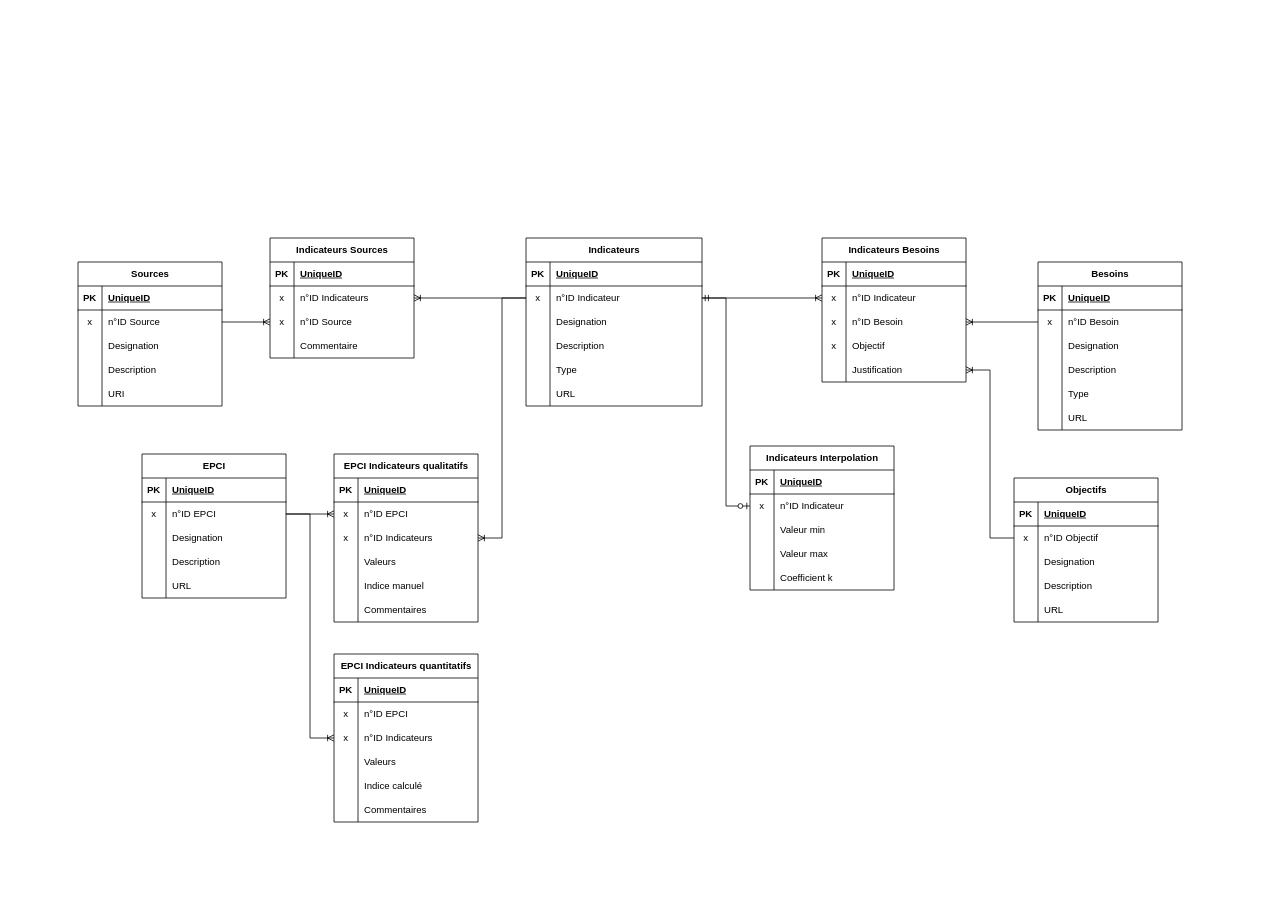
Konsilion/konsilion-drive keeps this draw.io diagram as MCD Diag360.drawio. Above is the earlier version. Source tidied: cells renumbered, new cells numbered last; positions are measured from the earlier drawing's top-left corner, leaving out a move shared by most shapes. Both pictures are drawn from the tidied source at 80%, with x=0, y=0 at pixel (78, 238). Pictures stored in the file or linked from it are replaced by grey dashed boxes.
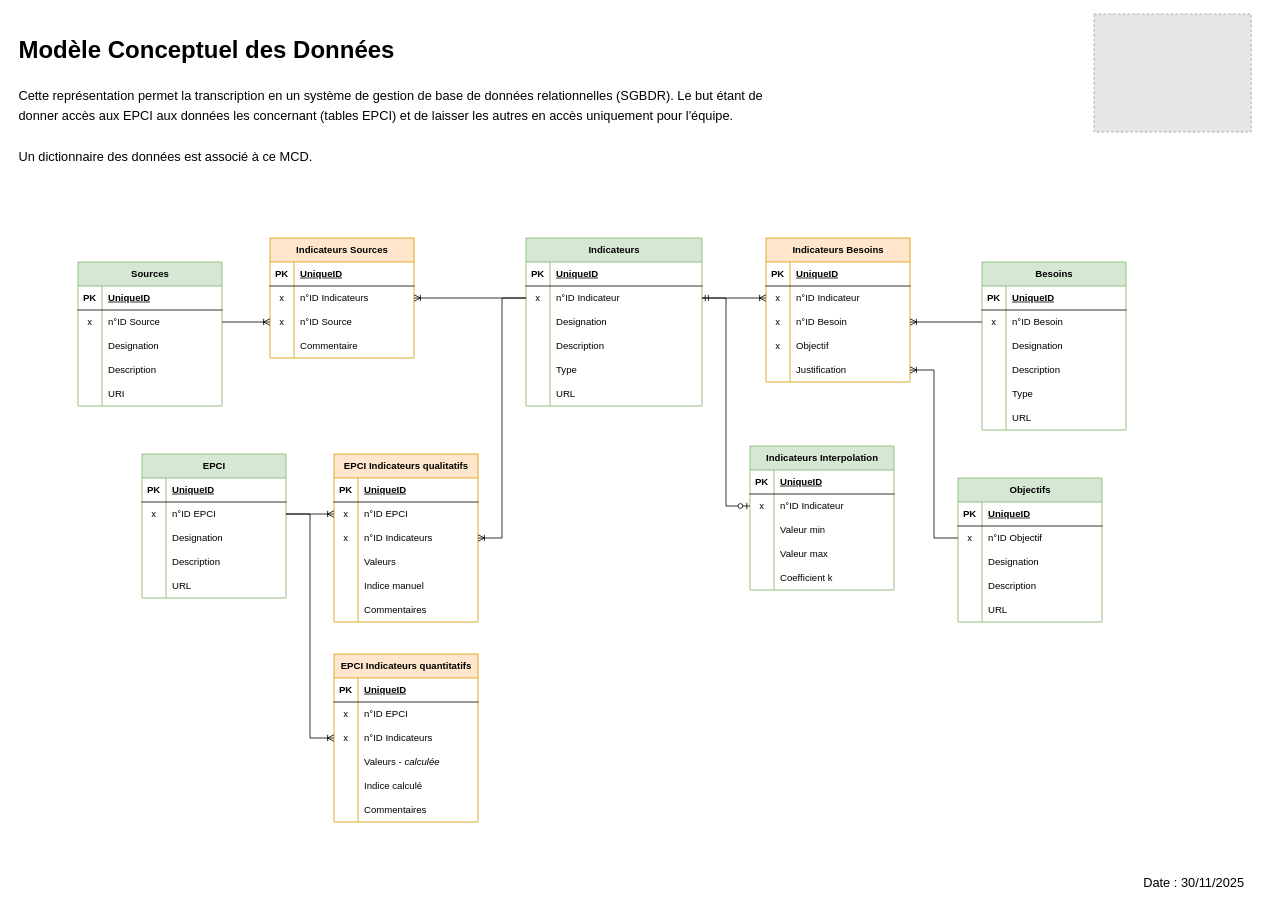
After the change.

Commit message (it also covers changes not shown here):
Mettre à jour MCD Diag360.drawio

Unchanged cells that the change refers to:
```xml
<mxCell id="170" style="shape=tableRow;horizontal=0;startSize=0;swimlaneHead=0;swimlaneBody=0;fillColor=none;top=0;left=0;right=0;bottom=0;" parent="160" vertex="1">
  <mxGeometry y="120" width="180" height="30" as="geometry" />
</mxCell>
```

Change to the diagram source:
```diff
@@
-    <mxCell id="2" value="Indicateurs" style="shape=table;startSize=30;childLayout=tableLayout;rowLines=0;fontStyle=1;align=center;html=1;" parent="1" vertex="1">
+    <mxCell id="2" value="Indicateurs" style="shape=table;startSize=30;childLayout=tableLayout;rowLines=0;fontStyle=1;align=center;html=1;fillColor=#d5e8d4;strokeColor=#82b366;swimlaneFillColor=default;" parent="1" vertex="1">
       <mxGeometry x="560" width="220" height="210" as="geometry" />
     </mxCell>
@@
-    <mxCell id="21" value="Besoins" style="shape=table;startSize=30;childLayout=tableLayout;rowLines=0;fontStyle=1;align=center;html=1;" parent="1" vertex="1">
-      <mxGeometry x="1200" y="30" width="180" height="210" as="geometry" />
+    <mxCell id="21" value="Besoins" style="shape=table;startSize=30;childLayout=tableLayout;rowLines=0;fontStyle=1;align=center;html=1;fillColor=#d5e8d4;strokeColor=#82b366;swimlaneFillColor=default;" parent="1" vertex="1">
+      <mxGeometry x="1130" y="30" width="180" height="210" as="geometry" />
     </mxCell>
@@
-    <mxCell id="40" value="Indicateurs Besoins" style="shape=table;startSize=30;childLayout=tableLayout;rowLines=0;fontStyle=1;align=center;html=1;" parent="1" vertex="1">
-      <mxGeometry x="930" width="180" height="180" as="geometry" />
+    <mxCell id="40" value="Indicateurs Besoins" style="shape=table;startSize=30;childLayout=tableLayout;rowLines=0;fontStyle=1;align=center;html=1;fillColor=#ffe6cc;strokeColor=#d79b00;swimlaneFillColor=default;" parent="1" vertex="1">
+      <mxGeometry x="860" width="180" height="180" as="geometry" />
     </mxCell>
@@
-    <mxCell id="56" value="Indicateurs Sources" style="shape=table;startSize=30;childLayout=tableLayout;rowLines=0;fontStyle=1;align=center;html=1;" parent="1" vertex="1">
+    <mxCell id="56" value="Indicateurs Sources" style="shape=table;startSize=30;childLayout=tableLayout;rowLines=0;fontStyle=1;align=center;html=1;fillColor=#ffe6cc;strokeColor=#d79b00;swimlaneFillColor=default;" parent="1" vertex="1">
       <mxGeometry x="240" width="180" height="150" as="geometry" />
     </mxCell>
@@
-    <mxCell id="71" value="Sources" style="shape=table;startSize=30;childLayout=tableLayout;rowLines=0;fontStyle=1;align=center;html=1;" parent="1" vertex="1">
+    <mxCell id="71" value="Sources" style="shape=table;startSize=30;childLayout=tableLayout;rowLines=0;fontStyle=1;align=center;html=1;fillColor=#d5e8d4;strokeColor=#82b366;swimlaneFillColor=default;" parent="1" vertex="1">
       <mxGeometry y="30" width="180" height="180" as="geometry" />
     </mxCell>
@@
-    <mxCell id="89" value="EPCI" style="shape=table;startSize=30;childLayout=tableLayout;rowLines=0;fontStyle=1;align=center;html=1;" parent="1" vertex="1">
+    <mxCell id="89" value="EPCI" style="shape=table;startSize=30;childLayout=tableLayout;rowLines=0;fontStyle=1;align=center;html=1;fillColor=#d5e8d4;strokeColor=#82b366;swimlaneFillColor=default;" parent="1" vertex="1">
       <mxGeometry x="80" y="270" width="180" height="180" as="geometry" />
     </mxCell>
@@
-    <mxCell id="105" value="EPCI Indicateurs qualitatifs" style="shape=table;startSize=30;childLayout=tableLayout;rowLines=0;fontStyle=1;align=center;html=1;" parent="1" vertex="1">
+    <mxCell id="105" value="EPCI Indicateurs qualitatifs" style="shape=table;startSize=30;childLayout=tableLayout;rowLines=0;fontStyle=1;align=center;html=1;fillColor=#ffe6cc;strokeColor=#d79b00;swimlaneFillColor=default;" parent="1" vertex="1">
       <mxGeometry x="320" y="270" width="180" height="210" as="geometry" />
     </mxCell>
@@
-    <mxCell id="126" value="Indicateurs Interpolation" style="shape=table;startSize=30;childLayout=tableLayout;rowLines=0;fontStyle=1;align=center;html=1;" parent="1" vertex="1">
+    <mxCell id="126" value="Indicateurs Interpolation" style="shape=table;startSize=30;childLayout=tableLayout;rowLines=0;fontStyle=1;align=center;html=1;fillColor=#d5e8d4;strokeColor=#82b366;swimlaneFillColor=default;" parent="1" vertex="1">
       <mxGeometry x="840" y="260" width="180" height="180" as="geometry" />
     </mxCell>
@@
-    <mxCell id="143" value="Objectifs" style="shape=table;startSize=30;childLayout=tableLayout;rowLines=0;fontStyle=1;align=center;html=1;" parent="1" vertex="1">
-      <mxGeometry x="1170" y="300" width="180" height="180" as="geometry" />
+    <mxCell id="143" value="Objectifs" style="shape=table;startSize=30;childLayout=tableLayout;rowLines=0;fontStyle=1;align=center;html=1;fillColor=#d5e8d4;strokeColor=#82b366;swimlaneFillColor=default;" parent="1" vertex="1">
+      <mxGeometry x="1100" y="300" width="180" height="180" as="geometry" />
     </mxCell>
@@
-    <mxCell id="160" value="EPCI Indicateurs quantitatifs" style="shape=table;startSize=30;childLayout=tableLayout;rowLines=0;fontStyle=1;align=center;html=1;" parent="1" vertex="1">
+    <mxCell id="160" value="EPCI Indicateurs quantitatifs" style="shape=table;startSize=30;childLayout=tableLayout;rowLines=0;fontStyle=1;align=center;html=1;fillColor=#ffe6cc;strokeColor=#d79b00;swimlaneFillColor=default;" parent="1" vertex="1">
       <mxGeometry x="320" y="520" width="180" height="210" as="geometry" />
     </mxCell>
@@
-    <mxCell id="172" value="Valeurs" style="shape=partialRectangle;fillColor=none;top=0;left=0;bottom=0;right=0;align=left;spacingLeft=6;overflow=hidden;whiteSpace=wrap;html=1;" parent="170" vertex="1">
+    <mxCell id="172" value="Valeurs - &lt;i&gt;calculée&lt;/i&gt;" style="shape=partialRectangle;fillColor=none;top=0;left=0;bottom=0;right=0;align=left;spacingLeft=6;overflow=hidden;whiteSpace=wrap;html=1;" parent="170" vertex="1">
       <mxGeometry x="30" width="150" height="30" as="geometry" />
     </mxCell>
@@
+    <mxCell id="180" style="fillColor=#E6E6E6;strokeColor=#999999;dashed=1;verticalLabelPosition=bottom;labelBackgroundColor=default;verticalAlign=top;" parent="1" vertex="1">
+      <mxGeometry x="1270" y="-280" width="196.5" height="147.5" as="geometry" />
+    </mxCell>
+    <mxCell id="181" value="&lt;font style=&quot;font-size: 30px;&quot;&gt;&lt;b&gt;Modèle Conceptuel des Données&lt;/b&gt;&lt;/font&gt;&lt;div&gt;&lt;font style=&quot;font-size: 16px;&quot;&gt;&lt;br&gt;&lt;/font&gt;&lt;/div&gt;&lt;div&gt;&lt;span style=&quot;font-size: 16px;&quot;&gt;Cette représentation permet la transcription en un système de gestion de base de données relationnelles (SGBDR). Le but étant de donner accès aux EPCI aux données les concernant (tables EPCI) et de laisser les autres en accès uniquement pour l'équipe.&lt;/span&gt;&lt;/div&gt;&lt;div&gt;&lt;span style=&quot;font-size: 16px;&quot;&gt;&lt;br&gt;&lt;/span&gt;&lt;/div&gt;&lt;div&gt;&lt;span style=&quot;font-size: 16px;&quot;&gt;Un dictionnaire des données est associé à ce MCD.&lt;/span&gt;&lt;/div&gt;" style="text;strokeColor=none;fillColor=none;spacingLeft=4;spacingRight=4;overflow=hidden;fontSize=21;whiteSpace=wrap;html=1;" parent="1" vertex="1">
+      <mxGeometry x="-80" y="-260" width="990" height="230" as="geometry" />
+    </mxCell>
+    <mxCell id="182" value="&lt;span style=&quot;color: rgb(0, 0, 0); font-family: Helvetica; font-size: 16px; font-style: normal; font-variant-ligatures: normal; font-variant-caps: normal; font-weight: 400; letter-spacing: normal; orphans: 2; text-align: left; text-indent: 0px; text-transform: none; widows: 2; word-spacing: 0px; -webkit-text-stroke-width: 0px; white-space: normal; text-decoration-thickness: initial; text-decoration-style: initial; text-decoration-color: initial; float: none; display: inline !important;&quot;&gt;Date : 30/11/2025&lt;/span&gt;" style="text;whiteSpace=wrap;html=1;" parent="1" vertex="1">
+      <mxGeometry x="1330" y="790" width="160" height="40" as="geometry" />
+    </mxCell>
```
